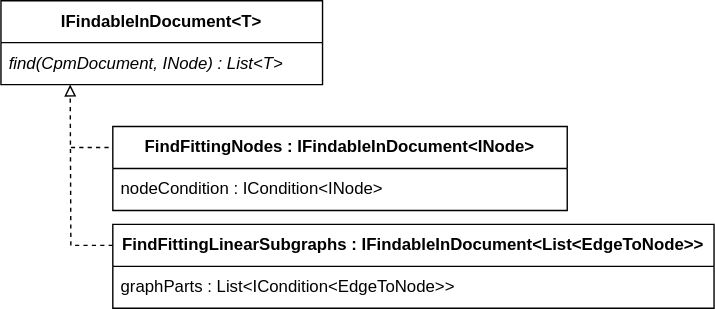
JuliaMeee/mthesis-distributed-provenance-search keeps this draw.io diagram as query-structure/ifindableindocument.drawio.svg. Above is the earlier version. Source tidied: cells renumbered, new cells last; positions are measured from the earlier drawing's top-left corner, leaving out a move shared by most shapes.
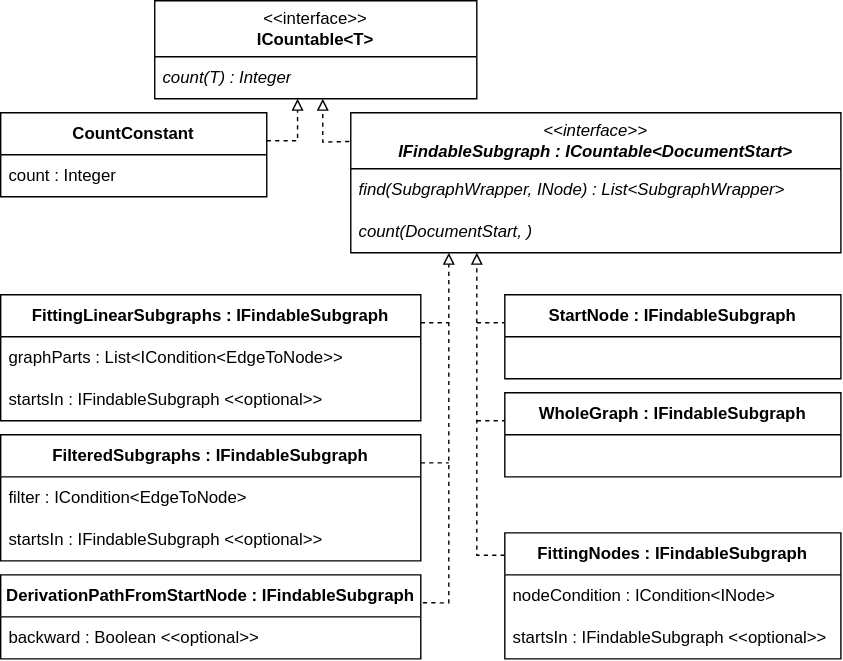
The same file after the commit.

What changed in the source:
```diff
@@ -2,37 +2,122 @@
   <root>
     <mxCell id="0" />
     <mxCell id="1" parent="0" />
-    <mxCell id="2" style="endArrow=block;html=1;rounded=0;endFill=0;dashed=1;exitX=0;exitY=0.25;exitDx=0;exitDy=0;" parent="1" edge="1" source="8">
+    <mxCell id="2" style="endArrow=block;html=1;rounded=0;endFill=0;dashed=1;exitX=0;exitY=0.178;exitDx=0;exitDy=0;exitPerimeter=0;" parent="1" edge="1" source="4">
       <mxGeometry relative="1" as="geometry">
-        <mxPoint x="49.5" y="60" as="targetPoint" />
+        <mxPoint x="410" y="120" as="targetPoint" />
         <Array as="points">
-          <mxPoint x="50" y="175" />
+          <mxPoint x="410" y="336" />
         </Array>
       </mxGeometry>
     </mxCell>
-    <mxCell id="3" style="endArrow=none;dashed=1;html=1;rounded=0;entryX=0;entryY=0.25;entryDx=0;entryDy=0;" parent="1" edge="1">
+    <mxCell id="3" style="endArrow=none;dashed=1;html=1;rounded=0;" parent="1" edge="1">
       <mxGeometry relative="1" as="geometry">
-        <mxPoint x="50" y="105" as="sourcePoint" />
-        <mxPoint x="80" y="105" as="targetPoint" />
+        <mxPoint x="410" y="170" as="sourcePoint" />
+        <mxPoint x="430" y="170" as="targetPoint" />
       </mxGeometry>
     </mxCell>
-    <mxCell id="4" value="&lt;b&gt;FindFittingNodes :&amp;nbsp;IFindableInDocument&amp;lt;INode&amp;gt;&lt;/b&gt;" style="swimlane;fontStyle=0;horizontal=1;startSize=30;whiteSpace=wrap;html=1;" parent="1" vertex="1">
-      <mxGeometry x="80" y="90" width="325" height="60" as="geometry" />
+    <mxCell id="4" value="&lt;b&gt;FittingNodes :&amp;nbsp;IFindableSubgraph&lt;/b&gt;" style="swimlane;fontStyle=0;horizontal=1;startSize=30;whiteSpace=wrap;html=1;" parent="1" vertex="1">
+      <mxGeometry x="430" y="320" width="240" height="90" as="geometry" />
     </mxCell>
     <mxCell id="5" value="nodeCondition : ICondition&amp;lt;INode&amp;gt;" style="text;strokeColor=none;fillColor=none;align=left;verticalAlign=middle;spacingLeft=4;spacingRight=4;overflow=hidden;whiteSpace=wrap;html=1;" parent="4" vertex="1">
-      <mxGeometry y="30" width="325" height="30" as="geometry" />
+      <mxGeometry y="30" width="240" height="30" as="geometry" />
     </mxCell>
+    <mxCell id="10" value="startsIn : IFindableSubgraph &amp;lt;&amp;lt;optional&amp;gt;&amp;gt;" style="text;strokeColor=none;fillColor=none;align=left;verticalAlign=middle;spacingLeft=4;spacingRight=4;overflow=hidden;whiteSpace=wrap;html=1;" parent="4" vertex="1">
+      <mxGeometry y="60" width="240" height="30" as="geometry" />
+    </mxCell>
-    <mxCell id="6" value="&lt;b&gt;IFindableInDocument&amp;lt;T&amp;gt;&lt;/b&gt;" style="swimlane;fontStyle=0;horizontal=1;startSize=30;whiteSpace=wrap;html=1;" parent="1" vertex="1">
-      <mxGeometry width="230" height="60" as="geometry" />
+    <mxCell id="6" value="&lt;i style=&quot;&quot;&gt;&amp;lt;&amp;lt;interface&amp;gt;&amp;gt;&lt;/i&gt;&lt;div&gt;&lt;b&gt;&lt;i&gt;IFindableSubgraph : ICountable&amp;lt;DocumentStart&amp;gt;&lt;/i&gt;&lt;/b&gt;&lt;/div&gt;" style="swimlane;fontStyle=0;horizontal=1;startSize=40;whiteSpace=wrap;html=1;" parent="1" vertex="1">
+      <mxGeometry x="320" y="20" width="350" height="100" as="geometry" />
     </mxCell>
-    <mxCell id="7" value="&lt;i&gt;find(CpmDocument, INode) : List&amp;lt;T&amp;gt;&lt;/i&gt;" style="text;strokeColor=none;fillColor=none;align=left;verticalAlign=middle;spacingLeft=4;spacingRight=4;overflow=hidden;whiteSpace=wrap;html=1;" parent="6" vertex="1">
-      <mxGeometry y="30" width="230" height="30" as="geometry" />
+    <mxCell id="7" value="find(SubgraphWrapper, INode) : List&amp;lt;SubgraphWrapper&amp;gt;" style="text;strokeColor=none;fillColor=none;align=left;verticalAlign=middle;spacingLeft=4;spacingRight=4;overflow=hidden;whiteSpace=wrap;html=1;fontStyle=2;" parent="6" vertex="1">
+      <mxGeometry y="40" width="350" height="30" as="geometry" />
     </mxCell>
+    <mxCell id="11" value="count(DocumentStart, )" style="text;strokeColor=none;fillColor=none;align=left;verticalAlign=middle;spacingLeft=4;spacingRight=4;overflow=hidden;whiteSpace=wrap;html=1;fontStyle=2;" parent="6" vertex="1">
+      <mxGeometry y="70" width="350" height="30" as="geometry" />
+    </mxCell>
-    <mxCell id="8" value="&lt;b&gt;FindFittingLinearSubgraphs&amp;nbsp;:&amp;nbsp;IFindableInDocument&amp;lt;List&amp;lt;EdgeToNode&amp;gt;&amp;gt;&lt;/b&gt;" style="swimlane;fontStyle=0;horizontal=1;startSize=30;whiteSpace=wrap;html=1;" parent="1" vertex="1">
-      <mxGeometry x="80" y="160" width="430" height="60" as="geometry" />
+    <mxCell id="8" value="&lt;b&gt;FittingLinearSubgraphs :&amp;nbsp;IFindableSubgraph&lt;/b&gt;" style="swimlane;fontStyle=0;horizontal=1;startSize=30;whiteSpace=wrap;html=1;" parent="1" vertex="1">
+      <mxGeometry x="70" y="150" width="300" height="90" as="geometry" />
     </mxCell>
     <mxCell id="9" value="graphParts : List&amp;lt;ICondition&amp;lt;EdgeToNode&amp;gt;&amp;gt;" style="text;strokeColor=none;fillColor=none;align=left;verticalAlign=middle;spacingLeft=4;spacingRight=4;overflow=hidden;whiteSpace=wrap;html=1;" parent="8" vertex="1">
-      <mxGeometry y="30" width="430" height="30" as="geometry" />
+      <mxGeometry y="30" width="300" height="30" as="geometry" />
     </mxCell>
+    <mxCell id="12" value="startsIn : IFindableSubgraph &amp;lt;&amp;lt;optional&amp;gt;&amp;gt;&amp;nbsp;" style="text;strokeColor=none;fillColor=none;align=left;verticalAlign=middle;spacingLeft=4;spacingRight=4;overflow=hidden;whiteSpace=wrap;html=1;" parent="8" vertex="1">
+      <mxGeometry y="60" width="300" height="30" as="geometry" />
+    </mxCell>
+    <mxCell id="13" value="&amp;lt;&amp;lt;interface&amp;gt;&amp;gt;&lt;div&gt;&lt;b&gt;ICountable&amp;lt;T&amp;gt;&lt;/b&gt;&lt;/div&gt;" style="swimlane;fontStyle=0;horizontal=1;startSize=40;whiteSpace=wrap;html=1;" parent="1" vertex="1">
+      <mxGeometry x="180" y="-60" width="230" height="70" as="geometry" />
+    </mxCell>
+    <mxCell id="14" value="&lt;i&gt;count(T) : Integer&lt;/i&gt;" style="text;strokeColor=none;fillColor=none;align=left;verticalAlign=middle;spacingLeft=4;spacingRight=4;overflow=hidden;whiteSpace=wrap;html=1;" parent="13" vertex="1">
+      <mxGeometry y="40" width="230" height="30" as="geometry" />
+    </mxCell>
+    <mxCell id="15" style="endArrow=block;html=1;rounded=0;endFill=0;dashed=1;exitX=-0.003;exitY=0.205;exitDx=0;exitDy=0;exitPerimeter=0;" parent="1" edge="1" source="6">
+      <mxGeometry relative="1" as="geometry">
+        <mxPoint x="300" y="10" as="targetPoint" />
+        <Array as="points">
+          <mxPoint x="300" y="41" />
+        </Array>
+      </mxGeometry>
+    </mxCell>
+    <mxCell id="16" value="&lt;b&gt;StartNode :&amp;nbsp;IFindableSubgraph&lt;/b&gt;" style="swimlane;fontStyle=0;horizontal=1;startSize=30;whiteSpace=wrap;html=1;" parent="1" vertex="1">
+      <mxGeometry x="430" y="150" width="240" height="60" as="geometry" />
+    </mxCell>
+    <mxCell id="17" value="&lt;b&gt;WholeGraph :&amp;nbsp;IFindableSubgraph&lt;/b&gt;" style="swimlane;fontStyle=0;horizontal=1;startSize=30;whiteSpace=wrap;html=1;" parent="1" vertex="1">
+      <mxGeometry x="430" y="220" width="240" height="60" as="geometry" />
+    </mxCell>
+    <mxCell id="18" value="&lt;b&gt;FilteredSubgraphs :&amp;nbsp;IFindableSubgraph&lt;/b&gt;" style="swimlane;fontStyle=0;horizontal=1;startSize=30;whiteSpace=wrap;html=1;" parent="1" vertex="1">
+      <mxGeometry x="70" y="250" width="300" height="90" as="geometry" />
+    </mxCell>
+    <mxCell id="19" value="filter : ICondition&amp;lt;EdgeToNode&amp;gt;" style="text;strokeColor=none;fillColor=none;align=left;verticalAlign=middle;spacingLeft=4;spacingRight=4;overflow=hidden;whiteSpace=wrap;html=1;" parent="18" vertex="1">
+      <mxGeometry y="30" width="300" height="30" as="geometry" />
+    </mxCell>
+    <mxCell id="20" value="startsIn : IFindableSubgraph &amp;lt;&amp;lt;optional&amp;gt;&amp;gt;" style="text;strokeColor=none;fillColor=none;align=left;verticalAlign=middle;spacingLeft=4;spacingRight=4;overflow=hidden;whiteSpace=wrap;html=1;" parent="18" vertex="1">
+      <mxGeometry y="60" width="300" height="30" as="geometry" />
+    </mxCell>
+    <mxCell id="21" value="&lt;b&gt;CountConstant&lt;/b&gt;" style="swimlane;fontStyle=0;horizontal=1;startSize=30;whiteSpace=wrap;html=1;" parent="1" vertex="1">
+      <mxGeometry x="70" y="20" width="190" height="60" as="geometry" />
+    </mxCell>
+    <mxCell id="22" value="count : Integer" style="text;strokeColor=none;fillColor=none;align=left;verticalAlign=middle;spacingLeft=4;spacingRight=4;overflow=hidden;whiteSpace=wrap;html=1;" parent="21" vertex="1">
+      <mxGeometry y="30" width="190" height="30" as="geometry" />
+    </mxCell>
+    <mxCell id="23" style="endArrow=none;dashed=1;html=1;rounded=0;entryX=0;entryY=0.25;entryDx=0;entryDy=0;" parent="1" edge="1">
+      <mxGeometry relative="1" as="geometry">
+        <mxPoint x="410" y="240" as="sourcePoint" />
+        <mxPoint x="430" y="240" as="targetPoint" />
+      </mxGeometry>
+    </mxCell>
+    <mxCell id="24" style="endArrow=none;dashed=1;html=1;rounded=0;" parent="1" edge="1">
+      <mxGeometry relative="1" as="geometry">
+        <mxPoint x="370" y="270" as="sourcePoint" />
+        <mxPoint x="390" y="270" as="targetPoint" />
+      </mxGeometry>
+    </mxCell>
+    <mxCell id="25" style="endArrow=block;html=1;rounded=0;endFill=0;dashed=1;exitX=1.005;exitY=0.332;exitDx=0;exitDy=0;exitPerimeter=0;" parent="1" edge="1" source="27">
+      <mxGeometry relative="1" as="geometry">
+        <mxPoint x="390" y="120" as="targetPoint" />
+        <Array as="points">
+          <mxPoint x="390" y="370" />
+        </Array>
+      </mxGeometry>
+    </mxCell>
+    <mxCell id="26" style="endArrow=block;html=1;rounded=0;endFill=0;dashed=1;" parent="1" edge="1">
+      <mxGeometry relative="1" as="geometry">
+        <mxPoint x="260" y="40" as="sourcePoint" />
+        <mxPoint x="282" y="10" as="targetPoint" />
+        <Array as="points">
+          <mxPoint x="282" y="40" />
+        </Array>
+      </mxGeometry>
+    </mxCell>
+    <mxCell id="27" value="&lt;b&gt;DerivationPathFromStartNode :&amp;nbsp;IFindableSubgraph&lt;/b&gt;" style="swimlane;fontStyle=0;horizontal=1;startSize=30;whiteSpace=wrap;html=1;" parent="1" vertex="1">
+      <mxGeometry x="70" y="350" width="300" height="60" as="geometry" />
+    </mxCell>
+    <mxCell id="28" value="backward : Boolean &amp;lt;&amp;lt;optional&amp;gt;&amp;gt;" style="text;strokeColor=none;fillColor=none;align=left;verticalAlign=middle;spacingLeft=4;spacingRight=4;overflow=hidden;whiteSpace=wrap;html=1;" parent="27" vertex="1">
+      <mxGeometry y="30" width="300" height="30" as="geometry" />
+    </mxCell>
+    <mxCell id="29" style="endArrow=none;dashed=1;html=1;rounded=0;" parent="1" edge="1">
+      <mxGeometry relative="1" as="geometry">
+        <mxPoint x="370" y="170" as="sourcePoint" />
+        <mxPoint x="390" y="170" as="targetPoint" />
+      </mxGeometry>
+    </mxCell>
   </root>
 </mxGraphModel>
```
